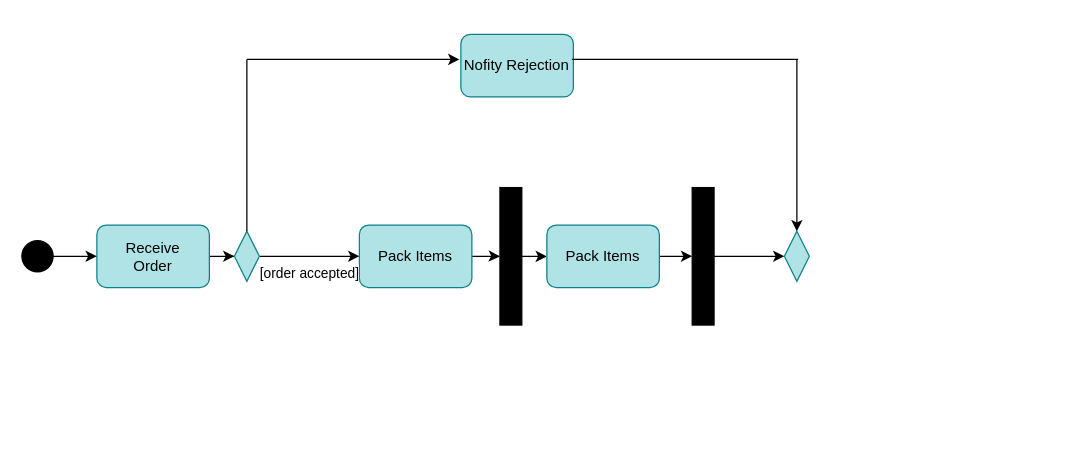
This is Untitled Diagram.drawio from pradeepyalamasetti/UserProfile-Feature-, a draw.io file, before an edit. Source tidied: cells renumbered, new cells numbered last; positions are measured from the earlier drawing's top-left corner, leaving out a move shared by most shapes. Both pictures are drawn from the tidied source at 125%, with x=0, y=0 at pixel (21, 34).
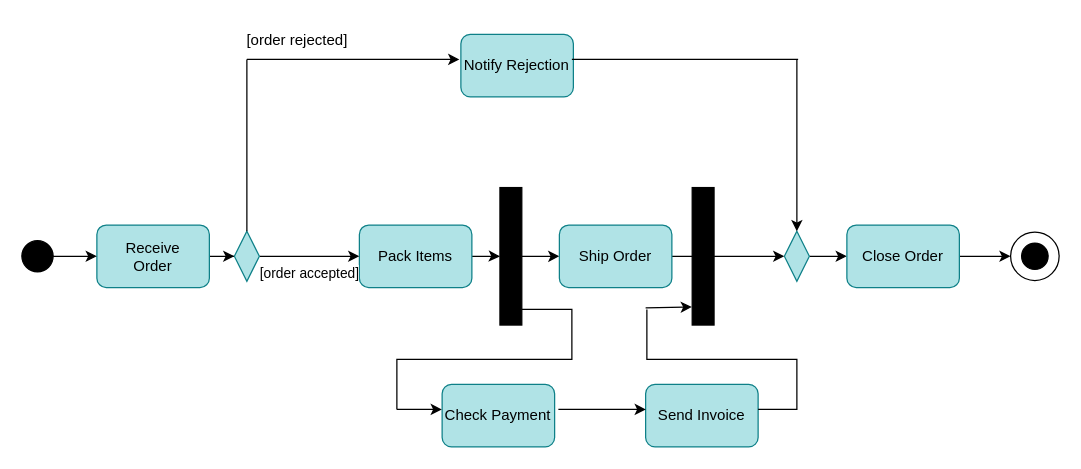
After the change.

The change refers to these unchanged cells:
```xml
<mxCell id="10" style="rounded=0;whiteSpace=wrap;html=1;strokeColor=#000000;fillColor=#000000;rotation=-90;" parent="1" vertex="1">
  <mxGeometry x="336.2" y="168.8" width="110" height="17.5" as="geometry" />
</mxCell>
<mxCell id="15" style="rounded=0;whiteSpace=wrap;html=1;strokeColor=#000000;fillColor=#000000;rotation=-90;" parent="1" vertex="1">
  <mxGeometry x="490" y="168.8" width="110" height="17.5" as="geometry" />
</mxCell>
<mxCell id="16" style="rhombus;whiteSpace=wrap;html=1;strokeColor=#0e8088;fillColor=#b0e3e6;" parent="1" vertex="1">
  <mxGeometry x="610" y="157.5" width="20" height="40" as="geometry" />
</mxCell>
```

What changed in the source:
```diff
@@
-    <mxCell id="13" value="Pack Items" style="rounded=1;whiteSpace=wrap;html=1;fillColor=#b0e3e6;strokeColor=#0e8088;" parent="1" vertex="1">
-      <mxGeometry x="420" y="152.5" width="90" height="50" as="geometry" />
+    <mxCell id="13" value="Ship Order" style="rounded=1;whiteSpace=wrap;html=1;fillColor=#b0e3e6;strokeColor=#0e8088;" parent="1" vertex="1">
+      <mxGeometry x="430" y="152.5" width="90" height="50" as="geometry" />
     </mxCell>
@@
+    <mxCell id="22" style="edgeStyle=orthogonalEdgeStyle;rounded=0;jettySize=auto;html=1;" parent="1" edge="1" source="16" target="24">
+      <mxGeometry relative="1" as="geometry" />
+    </mxCell>
@@
-    <mxCell id="17" value="Nofity Rejection" style="rounded=1;whiteSpace=wrap;html=1;fillColor=#b0e3e6;strokeColor=#0e8088;" parent="1" vertex="1">
+    <mxCell id="17" value="Notify Rejection" style="rounded=1;whiteSpace=wrap;html=1;fillColor=#b0e3e6;strokeColor=#0e8088;" parent="1" vertex="1">
       <mxGeometry x="351.2" width="90" height="50" as="geometry" />
     </mxCell>
@@
+    <mxCell id="23" style="edgeStyle=orthogonalEdgeStyle;rounded=0;jettySize=auto;html=1;" parent="1" edge="1" source="24" target="25">
+      <mxGeometry relative="1" as="geometry" />
+    </mxCell>
+    <mxCell id="24" value="Close Order" style="rounded=1;whiteSpace=wrap;html=1;fillColor=#b0e3e6;strokeColor=#0e8088;" parent="1" vertex="1">
+      <mxGeometry x="660" y="152.5" width="90" height="50" as="geometry" />
+    </mxCell>
+    <mxCell id="25" style="ellipse;whiteSpace=wrap;html=1;" parent="1" vertex="1">
+      <mxGeometry x="791" y="158.1" width="38.8" height="38.8" as="geometry" />
+    </mxCell>
+    <mxCell id="26" style="ellipse;whiteSpace=wrap;html=1;strokeColor=#000000;fillColor=#000000;" parent="1" vertex="1">
+      <mxGeometry x="799.8" y="166.9" width="21.2" height="21.2" as="geometry" />
+    </mxCell>
+    <mxCell id="27" value="[order rejected]" style="text;html=1;align=center;verticalAlign=middle;strokeColor=none;fillColor=none;" parent="1" vertex="1">
+      <mxGeometry x="170" y="-10" width="100" height="30" as="geometry" />
+    </mxCell>
+    <mxCell id="28" value="Send Invoice" style="rounded=1;whiteSpace=wrap;html=1;fillColor=#b0e3e6;strokeColor=#0e8088;" parent="1" vertex="1">
+      <mxGeometry x="499" y="280" width="90" height="50" as="geometry" />
+    </mxCell>
+    <mxCell id="29" value="Check Payment" style="rounded=1;whiteSpace=wrap;html=1;fillColor=#b0e3e6;strokeColor=#0e8088;" parent="1" vertex="1">
+      <mxGeometry x="336.2" y="280" width="90" height="50" as="geometry" />
+    </mxCell>
+    <mxCell id="30" style="endArrow=none;html=1;rounded=0;exitX=0.114;exitY=1;exitDx=0;exitDy=0;exitPerimeter=0;" parent="1" edge="1" source="10">
+      <mxGeometry relative="1" as="geometry">
+        <mxPoint x="300" y="300" as="targetPoint" />
+        <Array as="points">
+          <mxPoint x="440" y="220" />
+          <mxPoint x="440" y="260" />
+          <mxPoint x="300" y="260" />
+        </Array>
+      </mxGeometry>
+    </mxCell>
+    <mxCell id="31" style="endArrow=classic;html=1;rounded=0;" parent="1" edge="1">
+      <mxGeometry relative="1" as="geometry">
+        <mxPoint x="300" y="300" as="sourcePoint" />
+        <mxPoint x="336" y="300" as="targetPoint" />
+      </mxGeometry>
+    </mxCell>
+    <mxCell id="32" style="endArrow=classic;html=1;rounded=0;" parent="1" edge="1">
+      <mxGeometry relative="1" as="geometry">
+        <mxPoint x="429.2" y="300" as="sourcePoint" />
+        <mxPoint x="499.2" y="300" as="targetPoint" />
+      </mxGeometry>
+    </mxCell>
+    <mxCell id="33" style="endArrow=none;html=1;rounded=0;" parent="1" edge="1">
+      <mxGeometry relative="1" as="geometry">
+        <mxPoint x="589" y="300" as="sourcePoint" />
+        <mxPoint x="500" y="220" as="targetPoint" />
+        <Array as="points">
+          <mxPoint x="620" y="300" />
+          <mxPoint x="620" y="260" />
+          <mxPoint x="500" y="260" />
+        </Array>
+      </mxGeometry>
+    </mxCell>
+    <mxCell id="34" style="endArrow=classic;html=1;rounded=0;entryX=0.132;entryY=-0.014;entryDx=0;entryDy=0;entryPerimeter=0;" parent="1" edge="1" target="15">
+      <mxGeometry relative="1" as="geometry">
+        <mxPoint x="499" y="218.8" as="sourcePoint" />
+      </mxGeometry>
+    </mxCell>
```
